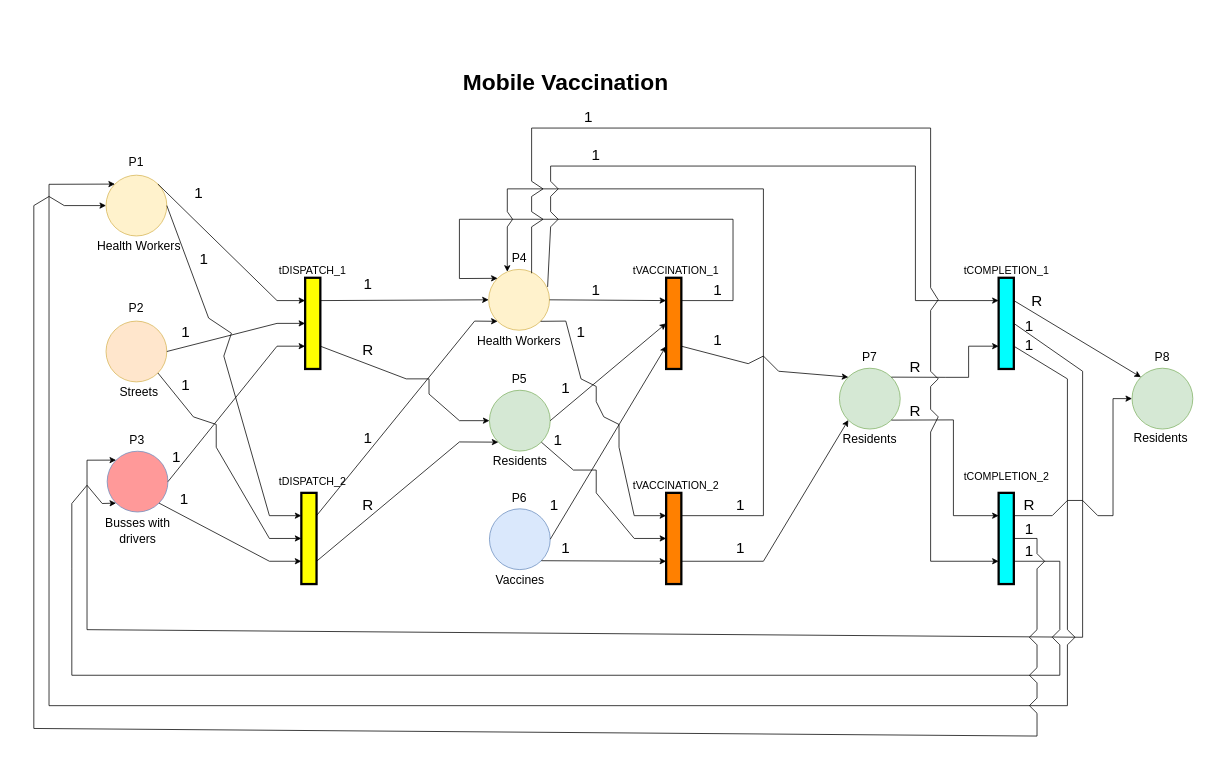
The draw.io diagram Mobile Vaccination/Plots, Data and Simulation Results/Petri Net for Mobile Vaccination.drawio in MohammedGuniem/Simulation-of-Mobile-Versus-Centralized-Vaccination-Programs-using-GenSIM, before the edit. Source tidied: cells renumbered, new cells numbered last; positions are measured from the earlier drawing's top-left corner, leaving out a move shared by most shapes. Both pictures are drawn from the tidied source at 76%, with x=0, y=0 at pixel (33, 67).
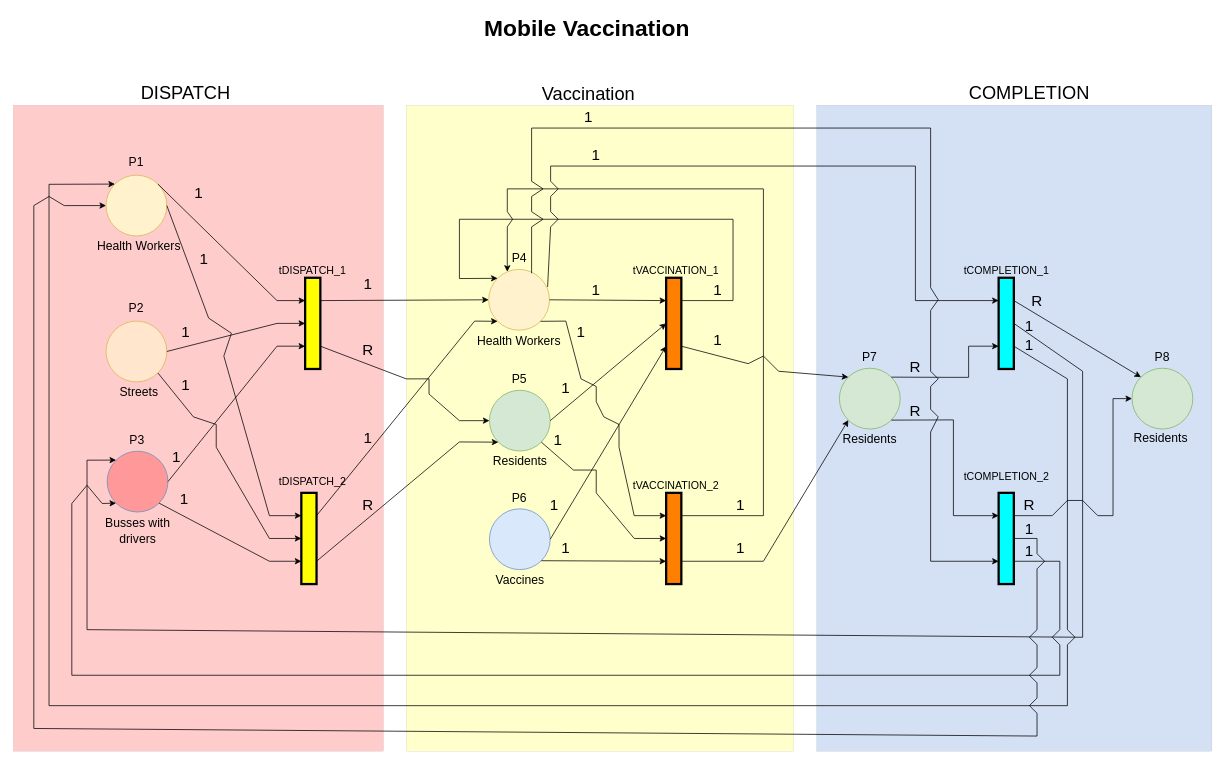
Above is the later version.

Commit message (it also covers changes not shown here):
Added module cages on petri net

What changed in the source:
```diff
@@
+    <mxCell id="99" style="rounded=0;whiteSpace=wrap;html=1;strokeWidth=0;fillColor=#D4E1F5;strokeColor=#36393d;" parent="1" vertex="1">
+      <mxGeometry x="1030" y="50" width="520" height="850" as="geometry" />
+    </mxCell>
+    <mxCell id="100" style="rounded=0;whiteSpace=wrap;html=1;strokeWidth=0;fillColor=#FFFFCC;strokeColor=#36393d;" parent="1" vertex="1">
+      <mxGeometry x="490" y="50" width="510" height="850" as="geometry" />
+    </mxCell>
+    <mxCell id="101" style="rounded=0;whiteSpace=wrap;html=1;strokeWidth=0;fillColor=#FFCCCC;strokeColor=#36393d;" parent="1" vertex="1">
+      <mxGeometry x="-27" y="50" width="487" height="850" as="geometry" />
+    </mxCell>
@@
     <mxCell id="15" value="&lt;b&gt;&lt;font style=&quot;font-size: 30px&quot;&gt;Mobile Vaccination&lt;/font&gt;&lt;/b&gt;" style="text;html=1;strokeColor=none;fillColor=none;align=center;verticalAlign=middle;whiteSpace=wrap;rounded=0;labelBorderColor=none;fontSize=16;" parent="1" vertex="1">
-      <mxGeometry x="460" width="480" height="40" as="geometry" />
+      <mxGeometry x="487.5" y="-71" width="480" height="40" as="geometry" />
     </mxCell>
@@
+    <mxCell id="102" value="DISPATCH" style="text;html=1;strokeColor=none;fillColor=none;align=center;verticalAlign=middle;whiteSpace=wrap;rounded=0;labelBorderColor=none;fontSize=24;" parent="1" vertex="1">
+      <mxGeometry x="91" y="19" width="218" height="30" as="geometry" />
+    </mxCell>
+    <mxCell id="103" value="Vaccination" style="text;html=1;strokeColor=none;fillColor=none;align=center;verticalAlign=middle;whiteSpace=wrap;rounded=0;labelBorderColor=none;fontSize=24;" parent="1" vertex="1">
+      <mxGeometry x="621" y="20" width="218" height="30" as="geometry" />
+    </mxCell>
+    <mxCell id="104" value="COMPLETION" style="text;html=1;strokeColor=none;fillColor=none;align=center;verticalAlign=middle;whiteSpace=wrap;rounded=0;labelBorderColor=none;fontSize=24;" parent="1" vertex="1">
+      <mxGeometry x="1201" y="19" width="218" height="30" as="geometry" />
+    </mxCell>
```
